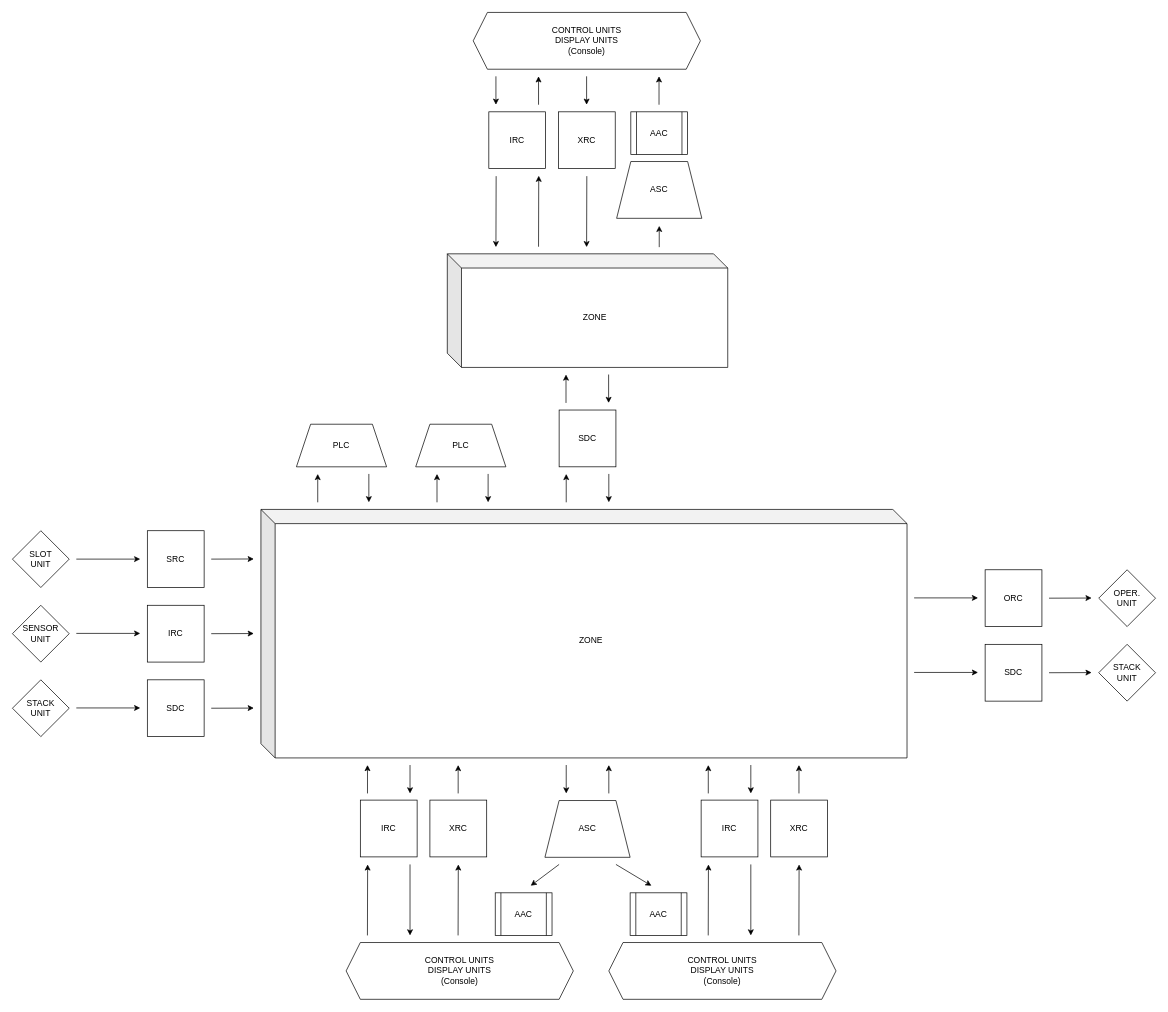
This is DiagramCompiler/Doc/Architecture.drawio from Sukasa/stationeers-psm, a draw.io file, before an edit. Source tidied: cells renumbered, new cells numbered last; positions are measured from the earlier drawing's top-left corner, leaving out a move shared by most shapes. Both pictures are drawn from the tidied source at 71%, with x=0, y=0 at pixel (12, 12).
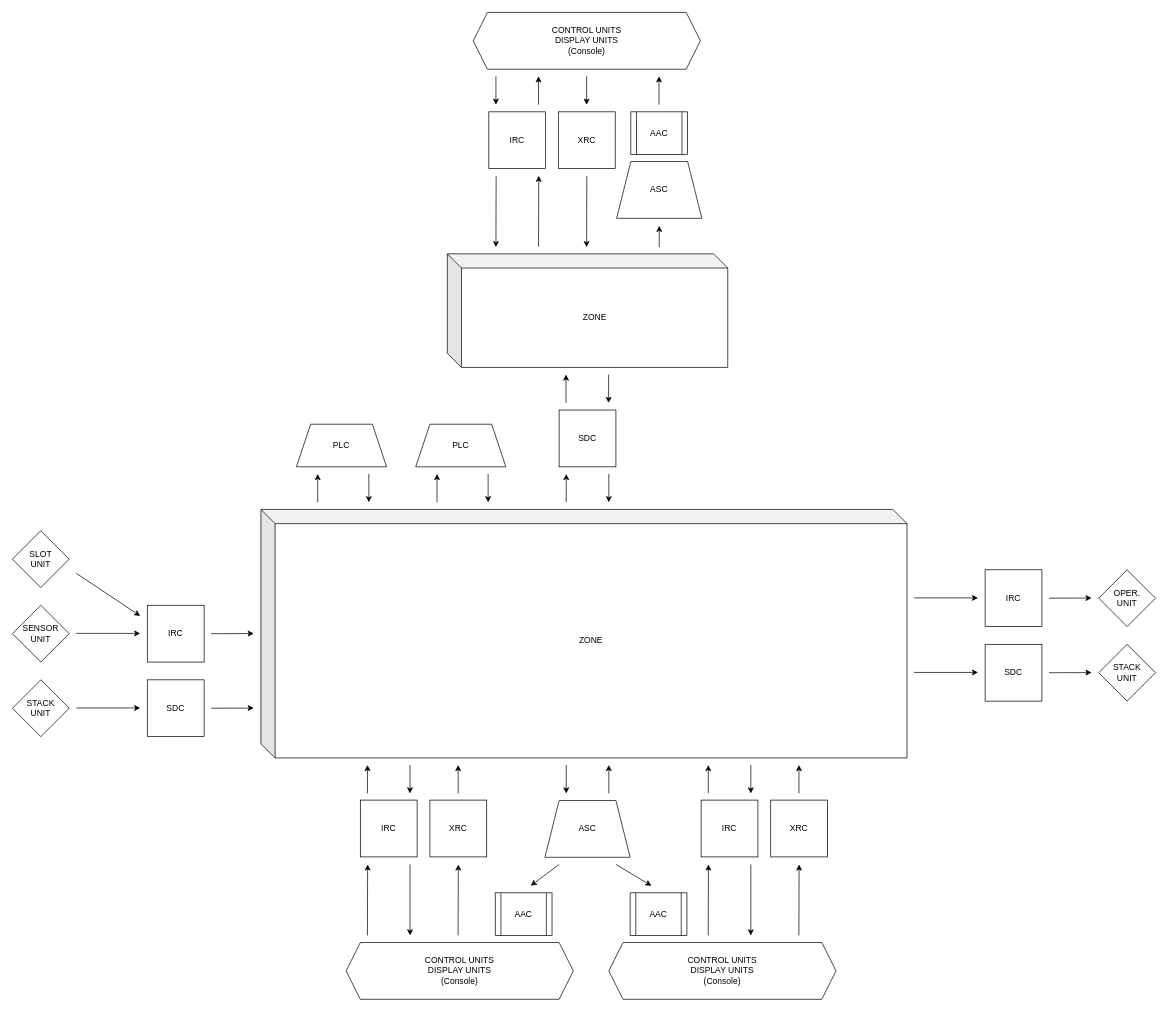
The same diagram, later.

Commit message:
Updated architecture document with some fixes to the IRC chip labels

The edit, as a diff of the source:
```diff
@@
-    <mxCell id="37" value="SRC" style="whiteSpace=wrap;html=1;" parent="1" vertex="1">
-      <mxGeometry x="190" y="730" width="80" height="80" as="geometry" />
-    </mxCell>
@@
     <mxCell id="40" style="endArrow=classic;html=1;rounded=0;" parent="1" edge="1">
       <mxGeometry relative="1" as="geometry">
-        <mxPoint x="90" y="770" as="sourcePoint" />
-        <mxPoint x="180" y="770" as="targetPoint" />
+        <mxPoint x="90" y="790" as="sourcePoint" />
+        <mxPoint x="180" y="850" as="targetPoint" />
       </mxGeometry>
     </mxCell>
@@
-    <mxCell id="45" style="endArrow=classic;html=1;rounded=0;" parent="1" edge="1">
-      <mxGeometry relative="1" as="geometry">
-        <mxPoint x="280" y="770" as="sourcePoint" />
-        <mxPoint x="340" y="769.8" as="targetPoint" />
-      </mxGeometry>
-    </mxCell>
@@
-    <mxCell id="48" value="ORC" style="whiteSpace=wrap;html=1;direction=west;" parent="1" vertex="1">
+    <mxCell id="48" value="IRC" style="whiteSpace=wrap;html=1;direction=west;" parent="1" vertex="1">
       <mxGeometry x="1370" y="785" width="80" height="80" as="geometry" />
     </mxCell>
```
